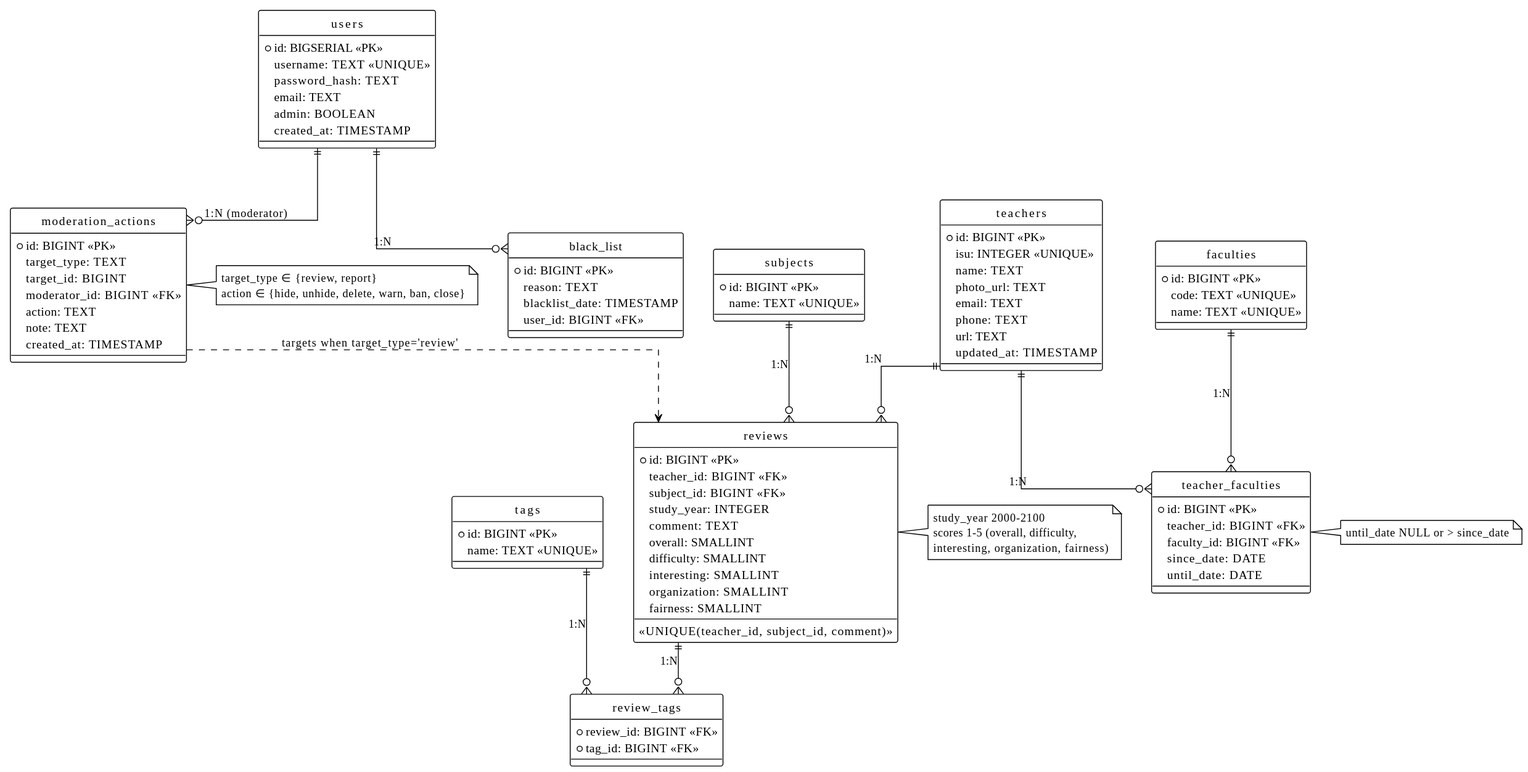
Before: out/assets/db_entities/db.svg, a diagram exported from PlantUML (tenolly/reviews-system). Its diagram source:
```plantuml
@startuml
hide circle
skinparam linetype ortho
!theme plain

entity "users" as users {
  *id: BIGSERIAL <<PK>>
  username: TEXT <<UNIQUE>>
  password_hash: TEXT
  email: TEXT
  admin: BOOLEAN
  created_at: TIMESTAMP
}

entity "teachers" as teachers {
  *id: BIGINT <<PK>>
  isu: INTEGER <<UNIQUE>>
  name: TEXT
  photo_url: TEXT
  email: TEXT
  phone: TEXT
  url: TEXT
  updated_at: TIMESTAMP
}

entity "subjects" as subjects {
  *id: BIGINT <<PK>>
  name: TEXT <<UNIQUE>>
}

entity "tags" as tags {
  *id: BIGINT <<PK>>
  name: TEXT <<UNIQUE>>
}

entity "faculties" as faculties {
  *id: BIGINT <<PK>>
  code: TEXT <<UNIQUE>>
  name: TEXT <<UNIQUE>>
}

entity "teacher_faculties" as teacher_faculties {
  *id: BIGINT <<PK>>
  teacher_id: BIGINT <<FK>>
  faculty_id: BIGINT <<FK>>
  since_date: DATE
  until_date: DATE
}

entity "reviews" as reviews {
  *id: BIGINT <<PK>>
  teacher_id: BIGINT <<FK>>
  subject_id: BIGINT <<FK>>
  study_year: INTEGER
  comment: TEXT
  overall: SMALLINT
  difficulty: SMALLINT
  interesting: SMALLINT
  organization: SMALLINT
  fairness: SMALLINT
  <<UNIQUE(teacher_id, subject_id, comment)>>
}

entity "review_tags" as review_tags {
  *review_id: BIGINT <<FK>>
  *tag_id: BIGINT <<FK>>
}

entity "black_list" as black_list {
  *id: BIGINT <<PK>>
  reason: TEXT
  blacklist_date: TIMESTAMP
  user_id: BIGINT <<FK>>
}

entity "moderation_actions" as moderation_actions {
  *id: BIGINT <<PK>>
  target_type: TEXT
  target_id: BIGINT
  moderator_id: BIGINT <<FK>>
  action: TEXT
  note: TEXT
  created_at: TIMESTAMP
}

teachers  ||--o{ reviews           : "1:N"
subjects  ||--o{ reviews           : "1:N"
reviews   ||--o{ review_tags       : "1:N"
tags      ||--o{ review_tags       : "1:N"
teachers  ||--o{ teacher_faculties : "1:N"
faculties ||--o{ teacher_faculties : "1:N"
users     ||--o{ black_list        : "1:N"
users     ||--o{ moderation_actions: "1:N (moderator)"

moderation_actions ..> reviews : "targets when target_type='review'"

note right of reviews
study_year 2000-2100
scores 1-5 (overall, difficulty,
interesting, organization, fairness)
end note

note right of teacher_faculties
until_date NULL or > since_date
end note

note right of moderation_actions
target_type ∈ {review, report}
action ∈ {hide, unhide, delete, warn, ban, close}
end note
@enduml
```
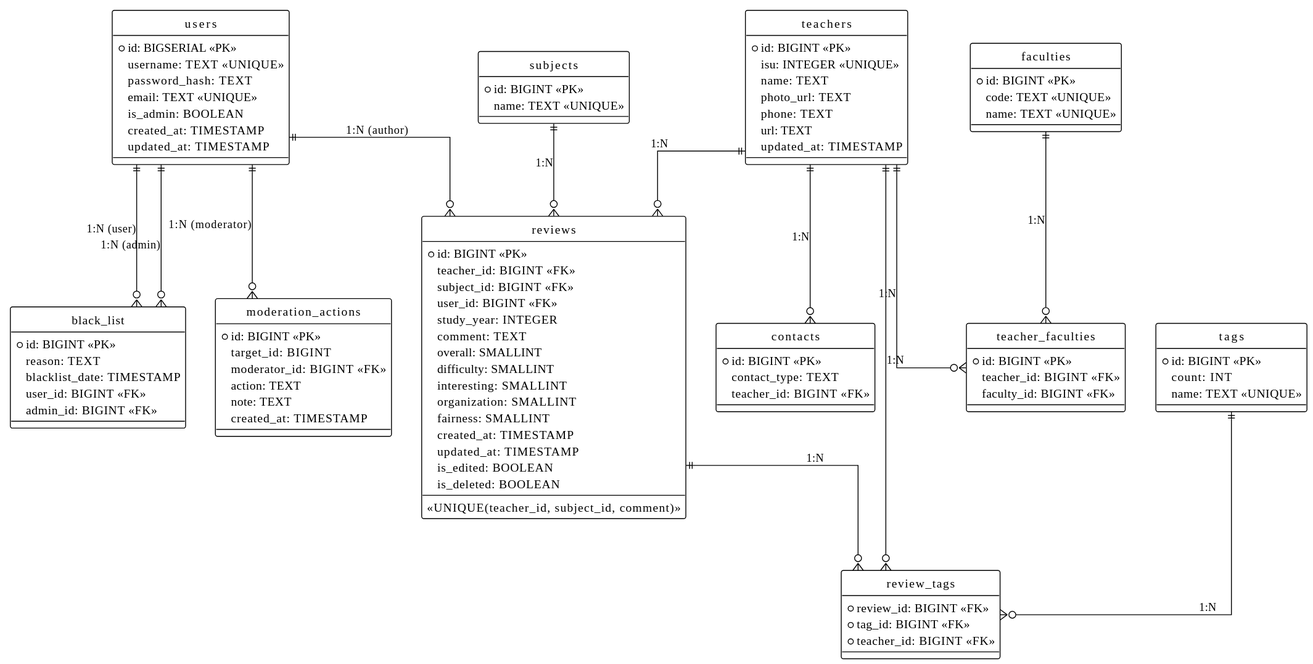
After the change.

Change to the diagram source:
```diff
@@ -7,9 +7,10 @@
   *id: BIGSERIAL <<PK>>
   username: TEXT <<UNIQUE>>
   password_hash: TEXT
-  email: TEXT
-  admin: BOOLEAN
+  email: TEXT <<UNIQUE>>
+  is_admin: BOOLEAN
   created_at: TIMESTAMP
+  updated_at: TIMESTAMP
 }
 
 entity "teachers" as teachers {
@@ -17,10 +18,15 @@
   isu: INTEGER <<UNIQUE>>
   name: TEXT
   photo_url: TEXT
-  email: TEXT
   phone: TEXT
   url: TEXT
   updated_at: TIMESTAMP
+}
+
+entity "contacts" as contacts {
+  *id: BIGINT <<PK>>
+  contact_type: TEXT
+  teacher_id: BIGINT <<FK>>
 }
 
 entity "subjects" as subjects {
@@ -30,6 +36,7 @@
 
 entity "tags" as tags {
   *id: BIGINT <<PK>>
+  count: INT
   name: TEXT <<UNIQUE>>
 }
 
@@ -43,14 +50,13 @@
   *id: BIGINT <<PK>>
   teacher_id: BIGINT <<FK>>
   faculty_id: BIGINT <<FK>>
-  since_date: DATE
-  until_date: DATE
 }
 
 entity "reviews" as reviews {
   *id: BIGINT <<PK>>
   teacher_id: BIGINT <<FK>>
   subject_id: BIGINT <<FK>>
+  user_id: BIGINT <<FK>>
   study_year: INTEGER
   comment: TEXT
   overall: SMALLINT
@@ -58,12 +64,17 @@
   interesting: SMALLINT
   organization: SMALLINT
   fairness: SMALLINT
+  created_at: TIMESTAMP
+  updated_at: TIMESTAMP
+  is_edited: BOOLEAN
+  is_deleted: BOOLEAN
   <<UNIQUE(teacher_id, subject_id, comment)>>
 }
 
 entity "review_tags" as review_tags {
   *review_id: BIGINT <<FK>>
   *tag_id: BIGINT <<FK>>
+  *teacher_id: BIGINT <<FK>>
 }
 
 entity "black_list" as black_list {
@@ -71,11 +82,11 @@
   reason: TEXT
   blacklist_date: TIMESTAMP
   user_id: BIGINT <<FK>>
+  admin_id: BIGINT <<FK>>
 }
 
 entity "moderation_actions" as moderation_actions {
   *id: BIGINT <<PK>>
-  target_type: TEXT
   target_id: BIGINT
   moderator_id: BIGINT <<FK>>
   action: TEXT
@@ -85,27 +96,14 @@
 
 teachers  ||--o{ reviews           : "1:N"
 subjects  ||--o{ reviews           : "1:N"
+users     ||--o{ reviews           : "1:N (author)"
 reviews   ||--o{ review_tags       : "1:N"
 tags      ||--o{ review_tags       : "1:N"
+teachers  ||--o{ review_tags       : "1:N"
 teachers  ||--o{ teacher_faculties : "1:N"
 faculties ||--o{ teacher_faculties : "1:N"
-users     ||--o{ black_list        : "1:N"
+teachers  ||--o{ contacts          : "1:N"
+users     ||--o{ black_list        : "1:N (user)"
+users     ||--o{ black_list        : "1:N (admin)"
 users     ||--o{ moderation_actions: "1:N (moderator)"
-
-moderation_actions ..> reviews : "targets when target_type='review'"
-
-note right of reviews
-study_year 2000-2100
-scores 1-5 (overall, difficulty,
-interesting, organization, fairness)
-end note
-
-note right of teacher_faculties
-until_date NULL or > since_date
-end note
-
-note right of moderation_actions
-target_type ∈ {review, report}
-action ∈ {hide, unhide, delete, warn, ban, close}
-end note
 @enduml
```
